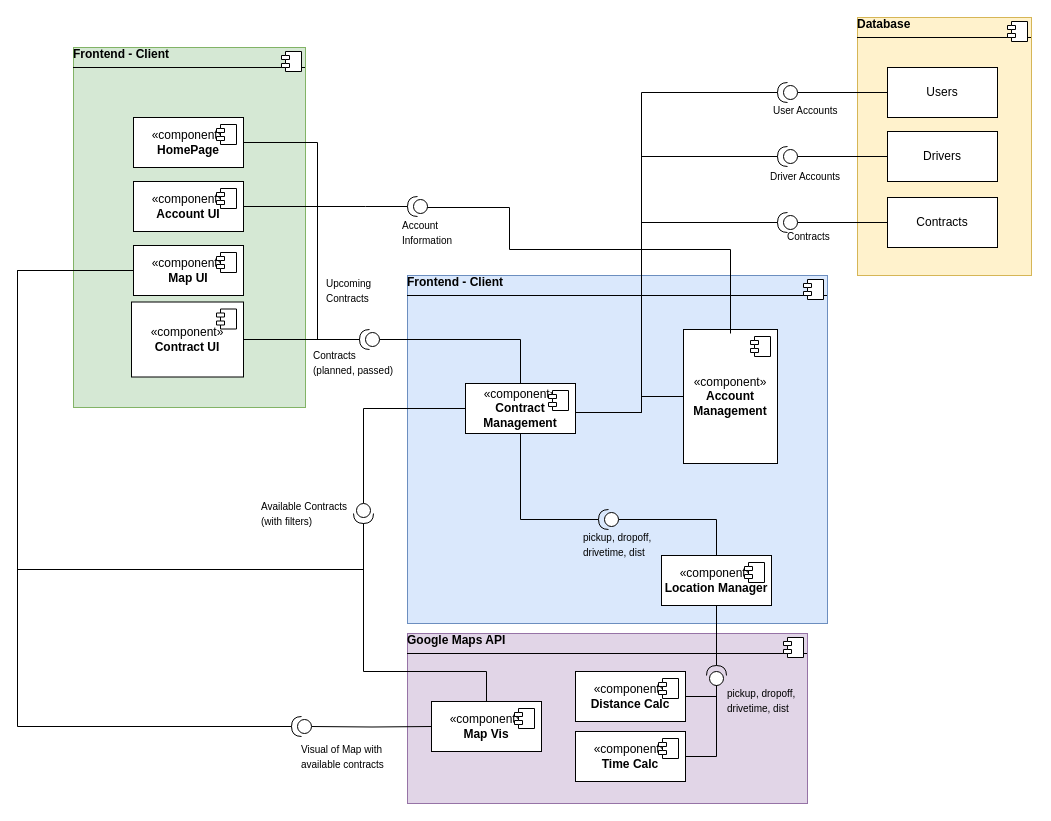
Above: sopra_group_39_component_diagram.drawio in itsmaxjeffrey/sopra-fs25-group-39-server (draw.io), before the change. Source tidied: cells renumbered, new cells numbered last; positions are measured from the earlier drawing's top-left corner, leaving out a move shared by most shapes. Both pictures are drawn from the tidied source at 100%, with x=0, y=0 at pixel (17, 17).
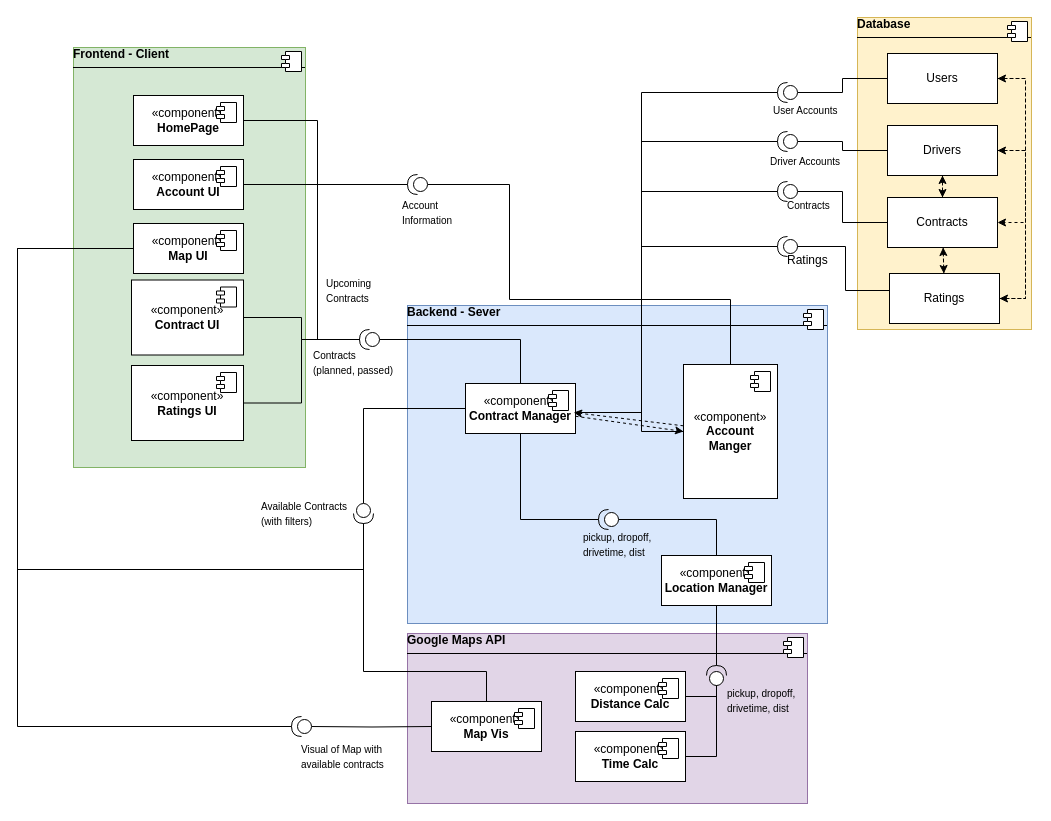
After the change.

Unchanged cells that the change refers to:
```xml
<mxCell id="24" value="Contracts" style="html=1;whiteSpace=wrap;" parent="1" vertex="1">
  <mxGeometry x="870" y="180" width="110" height="50" as="geometry" />
</mxCell>
<mxCell id="43" style="shape=providedRequiredInterface;html=1;verticalLabelPosition=bottom;sketch=0;rotation=-180;" parent="1" vertex="1">
  <mxGeometry x="342" y="312" width="20" height="20" as="geometry" />
</mxCell>
<mxCell id="58" style="shape=providedRequiredInterface;html=1;verticalLabelPosition=bottom;sketch=0;rotation=-180;" parent="1" vertex="1">
  <mxGeometry x="274" y="699" width="20" height="20" as="geometry" />
</mxCell>
<mxCell id="63" style="shape=providedRequiredInterface;html=1;verticalLabelPosition=bottom;sketch=0;rotation=90;" parent="1" vertex="1">
  <mxGeometry x="336" y="486" width="20" height="20" as="geometry" />
</mxCell>
```

Change to the diagram source:
```diff
@@
     <mxCell id="2" value="&lt;div&gt;&lt;b&gt;Frontend - Client&lt;/b&gt;&lt;/div&gt;&lt;hr size=&quot;1&quot; style=&quot;border-style:solid;&quot;&gt;&lt;p align=&quot;left&quot; style=&quot;margin:0px;margin-left:8px;&quot;&gt;&lt;br&gt;&lt;/p&gt;" style="align=left;overflow=fill;html=1;whiteSpace=wrap;fillColor=#d5e8d4;strokeColor=#82b366;" parent="1" vertex="1">
-      <mxGeometry x="56" y="30" width="232" height="360" as="geometry" />
+      <mxGeometry x="56" y="30" width="232" height="420" as="geometry" />
     </mxCell>
@@
     <mxCell id="5" value="«component»&lt;br&gt;&lt;b&gt;Map UI&lt;/b&gt;" style="html=1;whiteSpace=wrap;" parent="1" vertex="1">
-      <mxGeometry x="116" y="228" width="110" height="50" as="geometry" />
+      <mxGeometry x="116" y="206" width="110" height="50" as="geometry" />
     </mxCell>
@@
     <mxCell id="7" value="«component»&lt;br&gt;&lt;b&gt;Account UI&lt;/b&gt;" style="html=1;whiteSpace=wrap;" parent="1" vertex="1">
-      <mxGeometry x="116" y="164" width="110" height="50" as="geometry" />
+      <mxGeometry x="116" y="142" width="110" height="50" as="geometry" />
     </mxCell>
@@
     <mxCell id="9" value="«component»&lt;br&gt;&lt;b&gt;Contract UI&lt;/b&gt;" style="html=1;whiteSpace=wrap;" parent="1" vertex="1">
-      <mxGeometry x="114" y="284.5" width="112" height="75" as="geometry" />
+      <mxGeometry x="114" y="262.5" width="112" height="75" as="geometry" />
     </mxCell>
@@
-    <mxCell id="11" value="&lt;div&gt;&lt;b&gt;Frontend - Client&lt;/b&gt;&lt;/div&gt;&lt;hr size=&quot;1&quot; style=&quot;border-style:solid;&quot;&gt;&lt;p style=&quot;margin:0px;margin-left:8px;&quot;&gt;&lt;br&gt;&lt;/p&gt;" style="align=left;overflow=fill;html=1;whiteSpace=wrap;fillColor=#dae8fc;strokeColor=#6c8ebf;" parent="1" vertex="1">
-      <mxGeometry x="390" y="258" width="420" height="348" as="geometry" />
+    <mxCell id="11" value="&lt;div&gt;&lt;b&gt;Backend - Sever&lt;/b&gt;&lt;/div&gt;&lt;hr size=&quot;1&quot; style=&quot;border-style:solid;&quot;&gt;&lt;p style=&quot;margin:0px;margin-left:8px;&quot;&gt;&lt;br&gt;&lt;/p&gt;" style="align=left;overflow=fill;html=1;whiteSpace=wrap;fillColor=#dae8fc;strokeColor=#6c8ebf;" parent="1" vertex="1">
+      <mxGeometry x="390" y="288" width="420" height="318" as="geometry" />
     </mxCell>
@@
+    <mxCell id="77" style="rounded=0;jettySize=auto;html=1;entryX=0;entryY=0.5;entryDx=0;entryDy=0;dashed=1;" parent="1" edge="1" source="14" target="16">
+      <mxGeometry relative="1" as="geometry" />
+    </mxCell>
-    <mxCell id="14" value="«component»&lt;br&gt;&lt;b&gt;Contract Management&lt;/b&gt;" style="html=1;whiteSpace=wrap;" parent="1" vertex="1">
+    <mxCell id="14" value="«component»&lt;br&gt;&lt;b&gt;Contract Manager&lt;/b&gt;" style="html=1;whiteSpace=wrap;" parent="1" vertex="1">
       <mxGeometry x="448" y="366" width="110" height="50" as="geometry" />
     </mxCell>
@@
-    <mxCell id="16" value="&lt;div&gt;«component»&lt;/div&gt;&lt;div&gt;&lt;b&gt;Account Management&lt;/b&gt;&lt;/div&gt;" style="html=1;whiteSpace=wrap;" parent="1" vertex="1">
-      <mxGeometry x="666" y="312" width="94" height="134" as="geometry" />
+    <mxCell id="16" value="&lt;div&gt;«component»&lt;/div&gt;&lt;div&gt;&lt;b&gt;Account Manger&lt;/b&gt;&lt;/div&gt;" style="html=1;whiteSpace=wrap;" parent="1" vertex="1">
+      <mxGeometry x="666" y="347" width="94" height="134" as="geometry" />
     </mxCell>
@@
     <mxCell id="18" value="&lt;div&gt;&lt;b&gt;Database&lt;/b&gt;&lt;/div&gt;&lt;hr size=&quot;1&quot; style=&quot;border-style:solid;&quot;&gt;&lt;p style=&quot;margin:0px;margin-left:8px;&quot;&gt;&lt;br&gt;&lt;/p&gt;" style="align=left;overflow=fill;html=1;whiteSpace=wrap;fillColor=#fff2cc;strokeColor=#d6b656;" parent="1" vertex="1">
-      <mxGeometry x="840" width="174" height="258" as="geometry" />
+      <mxGeometry x="840" width="174" height="312" as="geometry" />
     </mxCell>
@@
+    <mxCell id="78" style="edgeStyle=orthogonalEdgeStyle;rounded=0;jettySize=auto;html=1;dashed=1;" parent="1" edge="1" source="22" target="24">
+      <mxGeometry relative="1" as="geometry">
+        <Array as="points">
+          <mxPoint x="1008" y="61" />
+          <mxPoint x="1008" y="205" />
+        </Array>
+      </mxGeometry>
+    </mxCell>
     <mxCell id="22" value="Users" style="html=1;whiteSpace=wrap;" parent="1" vertex="1">
-      <mxGeometry x="870" y="50" width="110" height="50" as="geometry" />
+      <mxGeometry x="870" y="36" width="110" height="50" as="geometry" />
     </mxCell>
+    <mxCell id="79" style="rounded=0;jettySize=auto;html=1;dashed=1;" parent="1" edge="1" source="23" target="24">
+      <mxGeometry relative="1" as="geometry" />
+    </mxCell>
+    <mxCell id="80" style="edgeStyle=orthogonalEdgeStyle;rounded=0;jettySize=auto;html=1;entryX=1;entryY=0.5;entryDx=0;entryDy=0;dashed=1;" parent="1" edge="1" source="23" target="86">
+      <mxGeometry relative="1" as="geometry">
+        <Array as="points">
+          <mxPoint x="1008" y="133" />
+          <mxPoint x="1008" y="281" />
+        </Array>
+      </mxGeometry>
+    </mxCell>
     <mxCell id="23" value="Drivers" style="html=1;whiteSpace=wrap;" parent="1" vertex="1">
-      <mxGeometry x="870" y="114" width="110" height="50" as="geometry" />
+      <mxGeometry x="870" y="108" width="110" height="50" as="geometry" />
     </mxCell>
+    <mxCell id="81" style="rounded=0;jettySize=auto;html=1;dashed=1;" parent="1" edge="1" source="24" target="86">
+      <mxGeometry relative="1" as="geometry" />
+    </mxCell>
+    <mxCell id="82" style="rounded=0;jettySize=auto;html=1;dashed=1;" parent="1" edge="1" source="24" target="23">
+      <mxGeometry relative="1" as="geometry" />
+    </mxCell>
@@
-    <mxCell id="32" style="edgeStyle=orthogonalEdgeStyle;rounded=0;jettySize=auto;html=1;endArrow=none;startFill=0;exitX=0;exitY=0.5;exitDx=0;exitDy=0;exitPerimeter=0;" parent="1" edge="1" source="33">
+    <mxCell id="32" style="edgeStyle=orthogonalEdgeStyle;rounded=0;jettySize=auto;html=1;endArrow=none;startFill=0;exitX=0;exitY=0.5;exitDx=0;exitDy=0;exitPerimeter=0;" parent="1" edge="1" source="33" target="16">
       <mxGeometry relative="1" as="geometry">
-        <mxPoint x="713" y="316" as="targetPoint" />
         <Array as="points">
-          <mxPoint x="492" y="190" />
-          <mxPoint x="492" y="232" />
-          <mxPoint x="713" y="232" />
+          <mxPoint x="492" y="167" />
+          <mxPoint x="492" y="282" />
+          <mxPoint x="713" y="282" />
         </Array>
       </mxGeometry>
     </mxCell>
     <mxCell id="33" style="shape=providedRequiredInterface;html=1;verticalLabelPosition=bottom;sketch=0;rotation=-180;" parent="1" vertex="1">
-      <mxGeometry x="390" y="179" width="20" height="20" as="geometry" />
+      <mxGeometry x="390" y="157" width="20" height="20" as="geometry" />
     </mxCell>
     <mxCell id="34" style="edgeStyle=orthogonalEdgeStyle;rounded=0;jettySize=auto;html=1;entryX=1;entryY=0.5;entryDx=0;entryDy=0;entryPerimeter=0;endArrow=none;startFill=0;" parent="1" edge="1" source="7" target="33">
-      <mxGeometry relative="1" as="geometry">
-        <Array as="points">
-          <mxPoint x="348" y="189" />
-          <mxPoint x="348" y="189" />
-        </Array>
-      </mxGeometry>
+      <mxGeometry relative="1" as="geometry" />
     </mxCell>
@@
     <mxCell id="42" style="edgeStyle=orthogonalEdgeStyle;rounded=0;jettySize=auto;html=1;endArrow=none;startFill=0;" parent="1" edge="1" source="43" target="14">
-      <mxGeometry relative="1" as="geometry" />
+      <mxGeometry relative="1" as="geometry">
+        <Array as="points">
+          <mxPoint x="503" y="322" />
+        </Array>
+      </mxGeometry>
     </mxCell>
@@
     <mxCell id="48" style="shape=providedRequiredInterface;html=1;verticalLabelPosition=bottom;sketch=0;rotation=-180;" parent="1" vertex="1">
-      <mxGeometry x="760" y="129" width="20" height="20" as="geometry" />
+      <mxGeometry x="760" y="114" width="20" height="20" as="geometry" />
     </mxCell>
@@
     <mxCell id="50" style="shape=providedRequiredInterface;html=1;verticalLabelPosition=bottom;sketch=0;rotation=-180;" parent="1" vertex="1">
-      <mxGeometry x="760" y="195" width="20" height="20" as="geometry" />
+      <mxGeometry x="760" y="164" width="20" height="20" as="geometry" />
     </mxCell>
     <mxCell id="51" style="edgeStyle=orthogonalEdgeStyle;rounded=0;jettySize=auto;html=1;entryX=1;entryY=0.5;entryDx=0;entryDy=0;entryPerimeter=0;endArrow=none;startFill=0;" parent="1" edge="1" source="14" target="50">
       <mxGeometry relative="1" as="geometry">
         <Array as="points">
           <mxPoint x="624" y="395" />
-          <mxPoint x="624" y="205" />
+          <mxPoint x="624" y="174" />
         </Array>
       </mxGeometry>
     </mxCell>
@@
-    <mxCell id="53" style="edgeStyle=orthogonalEdgeStyle;rounded=0;jettySize=auto;html=1;entryX=1;entryY=0.5;entryDx=0;entryDy=0;entryPerimeter=0;endArrow=none;startFill=0;" parent="1" edge="1" source="16" target="48">
+    <mxCell id="53" style="edgeStyle=orthogonalEdgeStyle;rounded=0;jettySize=auto;html=1;entryX=1;entryY=0.5;entryDx=0;entryDy=0;entryPerimeter=0;endArrow=none;startFill=0;exitX=0;exitY=0.5;exitDx=0;exitDy=0;" parent="1" edge="1" source="16" target="48">
       <mxGeometry relative="1" as="geometry">
         <Array as="points">
-          <mxPoint x="624" y="379" />
-          <mxPoint x="624" y="139" />
+          <mxPoint x="624" y="414" />
+          <mxPoint x="624" y="124" />
         </Array>
       </mxGeometry>
     </mxCell>
@@
     <mxCell id="66" style="edgeStyle=orthogonalEdgeStyle;rounded=0;jettySize=auto;html=1;entryX=1;entryY=0.5;entryDx=0;entryDy=0;entryPerimeter=0;endArrow=none;startFill=0;" parent="1" edge="1" source="5" target="63">
       <mxGeometry relative="1" as="geometry">
         <Array as="points">
-          <mxPoint y="253" />
+          <mxPoint y="231" />
           <mxPoint y="552" />
           <mxPoint x="346" y="552" />
         </Array>
       </mxGeometry>
     </mxCell>
     <mxCell id="67" value="«component»&lt;br&gt;&lt;b&gt;HomePage&lt;/b&gt;" style="html=1;whiteSpace=wrap;" parent="1" vertex="1">
-      <mxGeometry x="116" y="100" width="110" height="50" as="geometry" />
+      <mxGeometry x="116" y="78" width="110" height="50" as="geometry" />
     </mxCell>
@@
-    <mxCell id="69" style="edgeStyle=orthogonalEdgeStyle;rounded=0;jettySize=auto;html=1;entryX=1;entryY=0.5;entryDx=0;entryDy=0;entryPerimeter=0;endArrow=none;startFill=0;" parent="1" edge="1" source="5" target="58">
+    <mxCell id="69" style="edgeStyle=orthogonalEdgeStyle;rounded=0;jettySize=auto;html=1;entryX=1;entryY=0.5;entryDx=0;entryDy=0;entryPerimeter=0;endArrow=none;startFill=0;exitX=0;exitY=0.5;exitDx=0;exitDy=0;" parent="1" edge="1" source="5" target="58">
       <mxGeometry relative="1" as="geometry">
         <Array as="points">
-          <mxPoint y="253" />
+          <mxPoint y="231" />
           <mxPoint y="709" />
         </Array>
       </mxGeometry>
     </mxCell>
@@
     <mxCell id="71" value="&lt;span style=&quot;font-size: 10px;&quot;&gt;Account Information&lt;/span&gt;" style="text;html=1;align=left;verticalAlign=middle;whiteSpace=wrap;rounded=0;" parent="1" vertex="1">
-      <mxGeometry x="383" y="200" width="89" height="30" as="geometry" />
+      <mxGeometry x="383" y="180" width="89" height="30" as="geometry" />
     </mxCell>
     <mxCell id="72" value="&lt;span style=&quot;font-size: 10px;&quot;&gt;Contracts&lt;/span&gt;" style="text;html=1;align=left;verticalAlign=middle;whiteSpace=wrap;rounded=0;" parent="1" vertex="1">
-      <mxGeometry x="768" y="204" width="89" height="30" as="geometry" />
+      <mxGeometry x="768" y="173" width="89" height="30" as="geometry" />
     </mxCell>
     <mxCell id="73" value="&lt;span style=&quot;font-size: 10px;&quot;&gt;Driver Accounts&lt;/span&gt;" style="text;html=1;align=left;verticalAlign=middle;whiteSpace=wrap;rounded=0;" parent="1" vertex="1">
-      <mxGeometry x="751" y="144" width="89" height="30" as="geometry" />
+      <mxGeometry x="751" y="129" width="89" height="30" as="geometry" />
     </mxCell>
@@
     <mxCell id="75" style="edgeStyle=orthogonalEdgeStyle;rounded=0;jettySize=auto;html=1;entryX=1;entryY=0.5;entryDx=0;entryDy=0;entryPerimeter=0;endArrow=none;startFill=0;" parent="1" edge="1" source="67" target="43">
       <mxGeometry relative="1" as="geometry">
         <Array as="points">
-          <mxPoint x="300" y="125" />
+          <mxPoint x="300" y="103" />
           <mxPoint x="300" y="322" />
         </Array>
       </mxGeometry>
     </mxCell>
@@
+    <mxCell id="83" style="rounded=0;jettySize=auto;html=1;dashed=1;" parent="1" edge="1" source="86" target="24">
+      <mxGeometry relative="1" as="geometry" />
+    </mxCell>
+    <mxCell id="84" style="edgeStyle=orthogonalEdgeStyle;rounded=0;jettySize=auto;html=1;dashed=1;" parent="1" edge="1" source="86" target="23">
+      <mxGeometry relative="1" as="geometry">
+        <Array as="points">
+          <mxPoint x="1008" y="281" />
+          <mxPoint x="1008" y="133" />
+        </Array>
+      </mxGeometry>
+    </mxCell>
+    <mxCell id="85" style="edgeStyle=orthogonalEdgeStyle;rounded=0;jettySize=auto;html=1;dashed=1;" parent="1" edge="1" source="86" target="22">
+      <mxGeometry relative="1" as="geometry">
+        <Array as="points">
+          <mxPoint x="1008" y="281" />
+          <mxPoint x="1008" y="61" />
+        </Array>
+      </mxGeometry>
+    </mxCell>
+    <mxCell id="86" value="Ratings" style="html=1;whiteSpace=wrap;" parent="1" vertex="1">
+      <mxGeometry x="872" y="256" width="110" height="50" as="geometry" />
+    </mxCell>
+    <mxCell id="87" style="edgeStyle=orthogonalEdgeStyle;rounded=0;jettySize=auto;html=1;endArrow=none;startFill=0;" parent="1" edge="1" source="88">
+      <mxGeometry relative="1" as="geometry">
+        <mxPoint x="624" y="229" as="targetPoint" />
+      </mxGeometry>
+    </mxCell>
+    <mxCell id="88" style="shape=providedRequiredInterface;html=1;verticalLabelPosition=bottom;sketch=0;rotation=-180;" parent="1" vertex="1">
+      <mxGeometry x="760" y="219" width="20" height="20" as="geometry" />
+    </mxCell>
+    <mxCell id="89" value="Ratings" style="text;html=1;align=left;verticalAlign=middle;whiteSpace=wrap;rounded=0;" parent="1" vertex="1">
+      <mxGeometry x="768" y="228" width="89" height="30" as="geometry" />
+    </mxCell>
+    <mxCell id="90" style="edgeStyle=orthogonalEdgeStyle;rounded=0;jettySize=auto;html=1;entryX=0;entryY=0.5;entryDx=0;entryDy=0;entryPerimeter=0;endArrow=none;startFill=0;" parent="1" edge="1" source="86" target="88">
+      <mxGeometry relative="1" as="geometry">
+        <Array as="points">
+          <mxPoint x="828" y="273" />
+          <mxPoint x="828" y="229" />
+        </Array>
+      </mxGeometry>
+    </mxCell>
+    <mxCell id="91" value="«component»&lt;br&gt;&lt;b&gt;Ratings UI&lt;/b&gt;" style="html=1;whiteSpace=wrap;" parent="1" vertex="1">
+      <mxGeometry x="114" y="348" width="112" height="75" as="geometry" />
+    </mxCell>
+    <mxCell id="92" style="shape=module;jettyWidth=8;jettyHeight=4;" parent="91" vertex="1">
+      <mxGeometry x="1" width="20" height="20" relative="1" as="geometry">
+        <mxPoint x="-27" y="7" as="offset" />
+      </mxGeometry>
+    </mxCell>
+    <mxCell id="93" style="edgeStyle=orthogonalEdgeStyle;rounded=0;jettySize=auto;html=1;entryX=1;entryY=0.5;entryDx=0;entryDy=0;entryPerimeter=0;endArrow=none;startFill=0;" parent="1" edge="1" source="91" target="43">
+      <mxGeometry relative="1" as="geometry" />
+    </mxCell>
+    <mxCell id="94" style="rounded=0;jettySize=auto;html=1;entryX=0.983;entryY=0.581;entryDx=0;entryDy=0;entryPerimeter=0;dashed=1;" parent="1" edge="1" source="16" target="14">
+      <mxGeometry relative="1" as="geometry" />
+    </mxCell>
```
